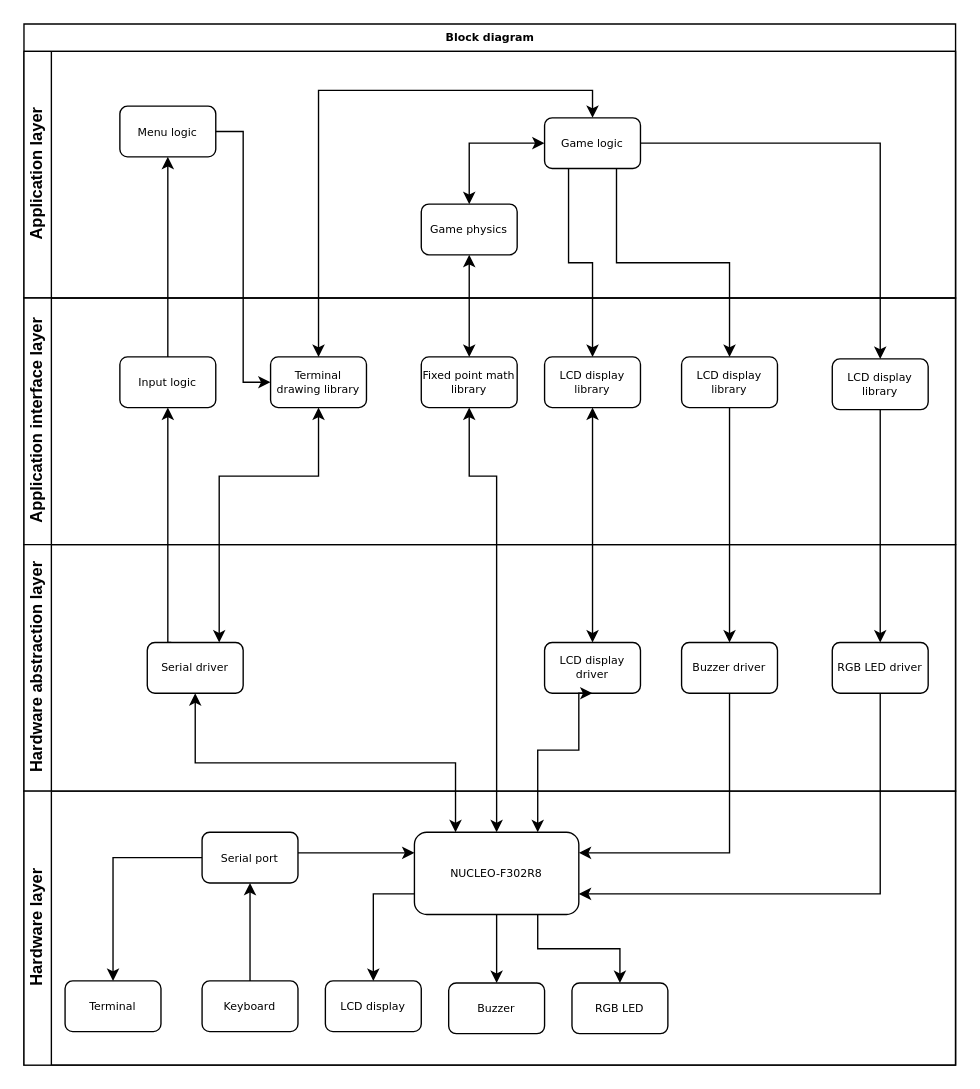
Before: block diagram.drawio in macnetic/30010-spaceship, a draw.io diagram. Source tidied: cells renumbered, new cells numbered last; positions are measured from the earlier drawing's top-left corner, leaving out a move shared by most shapes. Both pictures are drawn from the tidied source at 137%, with x=0, y=0 at pixel (23, 23).
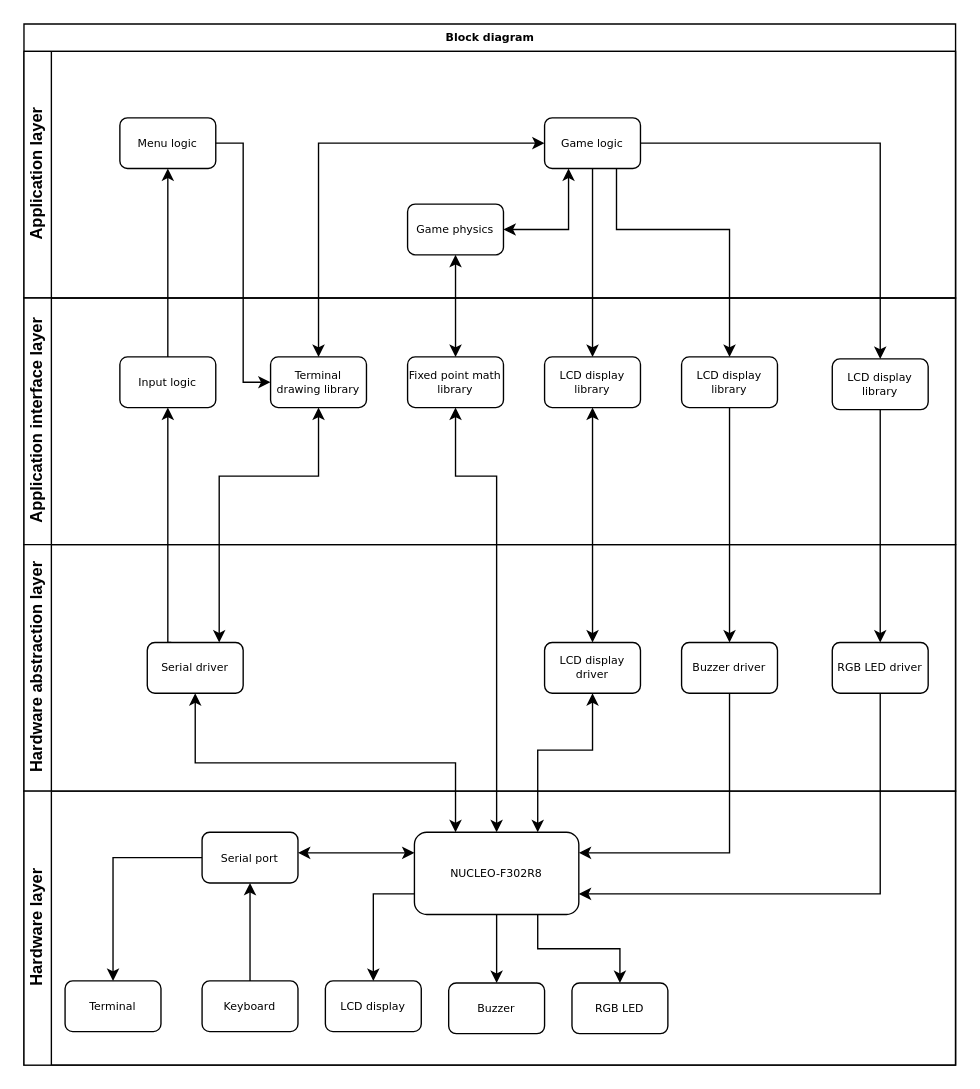
After the change.

The change refers to these unchanged cells:
```xml
<mxCell id="2" value="Block diagram" style="swimlane;html=1;horizontal=1;startSize=20;rounded=0;shadow=0;labelBackgroundColor=none;strokeColor=#000000;strokeWidth=1;fillColor=#ffffff;fontFamily=Verdana;fontSize=8;fontColor=#000000;align=center;" parent="1" vertex="1">
  <mxGeometry width="680" height="760" as="geometry" />
</mxCell>
<mxCell id="3" value="Application layer" style="swimlane;html=1;startSize=20;horizontal=0;" parent="2" vertex="1">
  <mxGeometry y="20" width="680" height="180" as="geometry" />
</mxCell>
<mxCell id="5" value="Game logic" style="rounded=1;whiteSpace=wrap;html=1;shadow=0;labelBackgroundColor=none;strokeColor=#000000;strokeWidth=1;fillColor=#ffffff;fontFamily=Verdana;fontSize=8;fontColor=#000000;align=center;" parent="3" vertex="1">
  <mxGeometry x="380" y="48.5" width="70" height="37" as="geometry" />
</mxCell>
<mxCell id="8" value="Application interface layer" style="swimlane;html=1;startSize=20;horizontal=0;" parent="2" vertex="1">
  <mxGeometry y="200" width="680" height="180" as="geometry" />
</mxCell>
<mxCell id="10" value="Terminal drawing library" style="rounded=1;whiteSpace=wrap;html=1;shadow=0;labelBackgroundColor=none;strokeColor=#000000;strokeWidth=1;fillColor=#ffffff;fontFamily=Verdana;fontSize=8;fontColor=#000000;align=center;" parent="8" vertex="1">
  <mxGeometry x="180" y="43" width="70" height="37" as="geometry" />
</mxCell>
<mxCell id="12" value="LCD display library" style="rounded=1;whiteSpace=wrap;html=1;shadow=0;labelBackgroundColor=none;strokeColor=#000000;strokeWidth=1;fillColor=#ffffff;fontFamily=Verdana;fontSize=8;fontColor=#000000;align=center;" parent="8" vertex="1">
  <mxGeometry x="380" y="43" width="70" height="37" as="geometry" />
</mxCell>
<mxCell id="22" value="LCD display driver" style="rounded=1;whiteSpace=wrap;html=1;shadow=0;labelBackgroundColor=none;strokeColor=#000000;strokeWidth=1;fillColor=#ffffff;fontFamily=Verdana;fontSize=8;fontColor=#000000;align=center;" parent="20" vertex="1">
  <mxGeometry x="380" y="71.5" width="70" height="37" as="geometry" />
</mxCell>
<mxCell id="31" value="Hardware layer" style="swimlane;html=1;startSize=20;horizontal=0;" parent="2" vertex="1">
  <mxGeometry y="560" width="680" height="200" as="geometry" />
</mxCell>
<mxCell id="35" value="NUCLEO-F302R8" style="rounded=1;whiteSpace=wrap;html=1;shadow=0;labelBackgroundColor=none;strokeColor=#000000;strokeWidth=1;fillColor=#ffffff;fontFamily=Verdana;fontSize=8;fontColor=#000000;align=center;" parent="31" vertex="1">
  <mxGeometry x="285" y="30" width="120" height="60" as="geometry" />
</mxCell>
<mxCell id="41" value="Serial port" style="rounded=1;whiteSpace=wrap;html=1;shadow=0;labelBackgroundColor=none;strokeColor=#000000;strokeWidth=1;fillColor=#ffffff;fontFamily=Verdana;fontSize=8;fontColor=#000000;align=center;" parent="31" vertex="1">
  <mxGeometry x="130" y="30" width="70" height="37" as="geometry" />
</mxCell>
<mxCell id="49" value="LCD display library" style="rounded=1;whiteSpace=wrap;html=1;shadow=0;labelBackgroundColor=none;strokeColor=#000000;strokeWidth=1;fillColor=#ffffff;fontFamily=Verdana;fontSize=8;fontColor=#000000;align=center;" parent="1" vertex="1">
  <mxGeometry x="480" y="243" width="70" height="37" as="geometry" />
</mxCell>
```

Change to the diagram source:
```diff
@@
-    <mxCell id="4" style="edgeStyle=orthogonalEdgeStyle;rounded=0;jettySize=auto;html=1;entryX=0.5;entryY=0;entryDx=0;entryDy=0;startArrow=classic;startFill=1;" parent="3" edge="1" source="5" target="7">
+    <mxCell id="4" style="edgeStyle=orthogonalEdgeStyle;rounded=0;jettySize=auto;html=1;entryX=1;entryY=0.5;entryDx=0;entryDy=0;startArrow=classic;startFill=1;exitX=0.25;exitY=1;exitDx=0;exitDy=0;" parent="3" edge="1" source="5" target="7">
       <mxGeometry relative="1" as="geometry" />
     </mxCell>
@@
     <mxCell id="6" value="Menu logic" style="rounded=1;whiteSpace=wrap;html=1;shadow=0;labelBackgroundColor=none;strokeColor=#000000;strokeWidth=1;fillColor=#ffffff;fontFamily=Verdana;fontSize=8;fontColor=#000000;align=center;" parent="3" vertex="1">
-      <mxGeometry x="70" y="40" width="70" height="37" as="geometry" />
+      <mxGeometry x="70" y="48.5" width="70" height="37" as="geometry" />
     </mxCell>
     <mxCell id="7" value="Game physics" style="rounded=1;whiteSpace=wrap;html=1;shadow=0;labelBackgroundColor=none;strokeColor=#000000;strokeWidth=1;fillColor=#ffffff;fontFamily=Verdana;fontSize=8;fontColor=#000000;align=center;" parent="3" vertex="1">
-      <mxGeometry x="290" y="111.5" width="70" height="37" as="geometry" />
+      <mxGeometry x="280" y="111.5" width="70" height="37" as="geometry" />
     </mxCell>
@@
     <mxCell id="9" value="Fixed point math library" style="rounded=1;whiteSpace=wrap;html=1;shadow=0;labelBackgroundColor=none;strokeColor=#000000;strokeWidth=1;fillColor=#ffffff;fontFamily=Verdana;fontSize=8;fontColor=#000000;align=center;" parent="8" vertex="1">
-      <mxGeometry x="290" y="43" width="70" height="37" as="geometry" />
+      <mxGeometry x="280" y="43" width="70" height="37" as="geometry" />
     </mxCell>
@@
-    <mxCell id="18" style="edgeStyle=orthogonalEdgeStyle;rounded=0;jettySize=auto;html=1;entryX=0.5;entryY=0;entryDx=0;entryDy=0;startArrow=classic;startFill=1;exitX=0.5;exitY=0;exitDx=0;exitDy=0;" parent="2" edge="1" source="5" target="10">
+    <mxCell id="18" style="edgeStyle=orthogonalEdgeStyle;rounded=0;jettySize=auto;html=1;entryX=0.5;entryY=0;entryDx=0;entryDy=0;startArrow=classic;startFill=1;exitX=0;exitY=0.5;exitDx=0;exitDy=0;" parent="2" edge="1" source="5" target="10">
       <mxGeometry relative="1" as="geometry" />
     </mxCell>
@@
     <mxCell id="29" style="edgeStyle=orthogonalEdgeStyle;rounded=0;jettySize=auto;html=1;entryX=0.75;entryY=0;entryDx=0;entryDy=0;startArrow=classic;startFill=1;exitX=0.5;exitY=1;exitDx=0;exitDy=0;" parent="2" edge="1" source="22" target="35">
       <mxGeometry relative="1" as="geometry">
         <Array as="points">
-          <mxPoint x="405" y="530" />
+          <mxPoint x="415" y="530" />
           <mxPoint x="375" y="530" />
         </Array>
       </mxGeometry>
     </mxCell>
     <mxCell id="30" style="edgeStyle=orthogonalEdgeStyle;rounded=0;jettySize=auto;html=1;entryX=0.5;entryY=0;entryDx=0;entryDy=0;startArrow=classic;startFill=1;exitX=0.5;exitY=1;exitDx=0;exitDy=0;" parent="2" edge="1" source="9" target="35">
       <mxGeometry relative="1" as="geometry">
         <Array as="points">
-          <mxPoint x="325" y="330" />
+          <mxPoint x="315" y="330" />
           <mxPoint x="345" y="330" />
         </Array>
       </mxGeometry>
     </mxCell>
@@
-    <mxCell id="40" style="edgeStyle=orthogonalEdgeStyle;rounded=0;jettySize=auto;html=1;entryX=0;entryY=0.25;entryDx=0;entryDy=0;startArrow=none;startFill=0;" parent="31" edge="1" source="41" target="35">
+    <mxCell id="40" style="edgeStyle=orthogonalEdgeStyle;rounded=0;jettySize=auto;html=1;entryX=0;entryY=0.25;entryDx=0;entryDy=0;startArrow=classic;startFill=1;" parent="31" edge="1" source="41" target="35">
       <mxGeometry relative="1" as="geometry">
         <Array as="points">
           <mxPoint x="210" y="45" />
           <mxPoint x="210" y="45" />
         </Array>
       </mxGeometry>
     </mxCell>
@@
-    <mxCell id="46" style="edgeStyle=orthogonalEdgeStyle;rounded=0;jettySize=auto;html=1;exitX=0.25;exitY=1;exitDx=0;exitDy=0;entryX=0.5;entryY=0;entryDx=0;entryDy=0;startArrow=none;startFill=0;" parent="2" edge="1" source="5" target="12">
+    <mxCell id="46" style="edgeStyle=orthogonalEdgeStyle;rounded=0;jettySize=auto;html=1;exitX=0.5;exitY=1;exitDx=0;exitDy=0;entryX=0.5;entryY=0;entryDx=0;entryDy=0;startArrow=none;startFill=0;" parent="2" edge="1" source="5" target="12">
       <mxGeometry relative="1" as="geometry" />
     </mxCell>
@@
     <mxCell id="50" style="edgeStyle=orthogonalEdgeStyle;rounded=0;jettySize=auto;html=1;exitX=0.75;exitY=1;exitDx=0;exitDy=0;startArrow=none;startFill=0;" parent="1" edge="1" source="5" target="49">
-      <mxGeometry relative="1" as="geometry" />
+      <mxGeometry relative="1" as="geometry">
+        <Array as="points">
+          <mxPoint x="432" y="150" />
+          <mxPoint x="515" y="150" />
+        </Array>
+      </mxGeometry>
     </mxCell>
```
